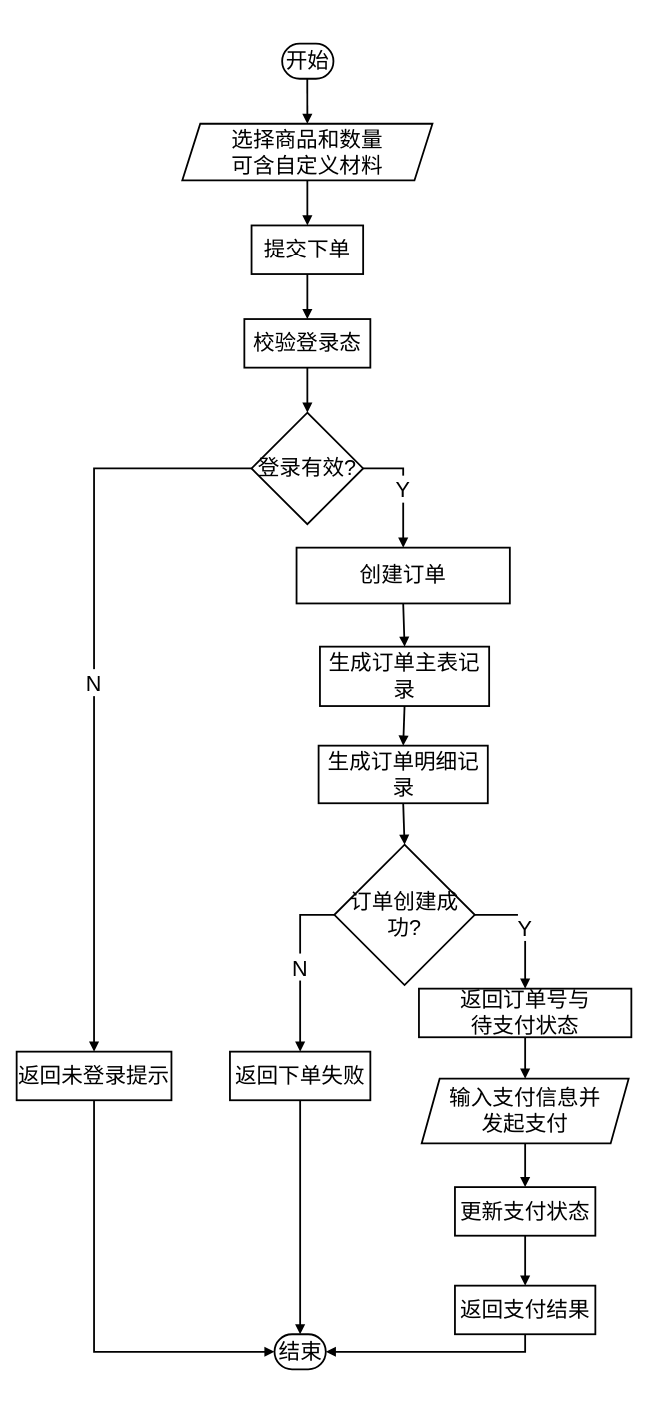
Before: 购买商品功能流程图.drawio in LichCarlos/darwIo, a draw.io diagram. Source tidied: cells renumbered, new cells numbered last; positions are measured from the earlier drawing's top-left corner, leaving out a move shared by most shapes. Both pictures are drawn from the tidied source at 90%, with x=0, y=0 at pixel (16, -486).
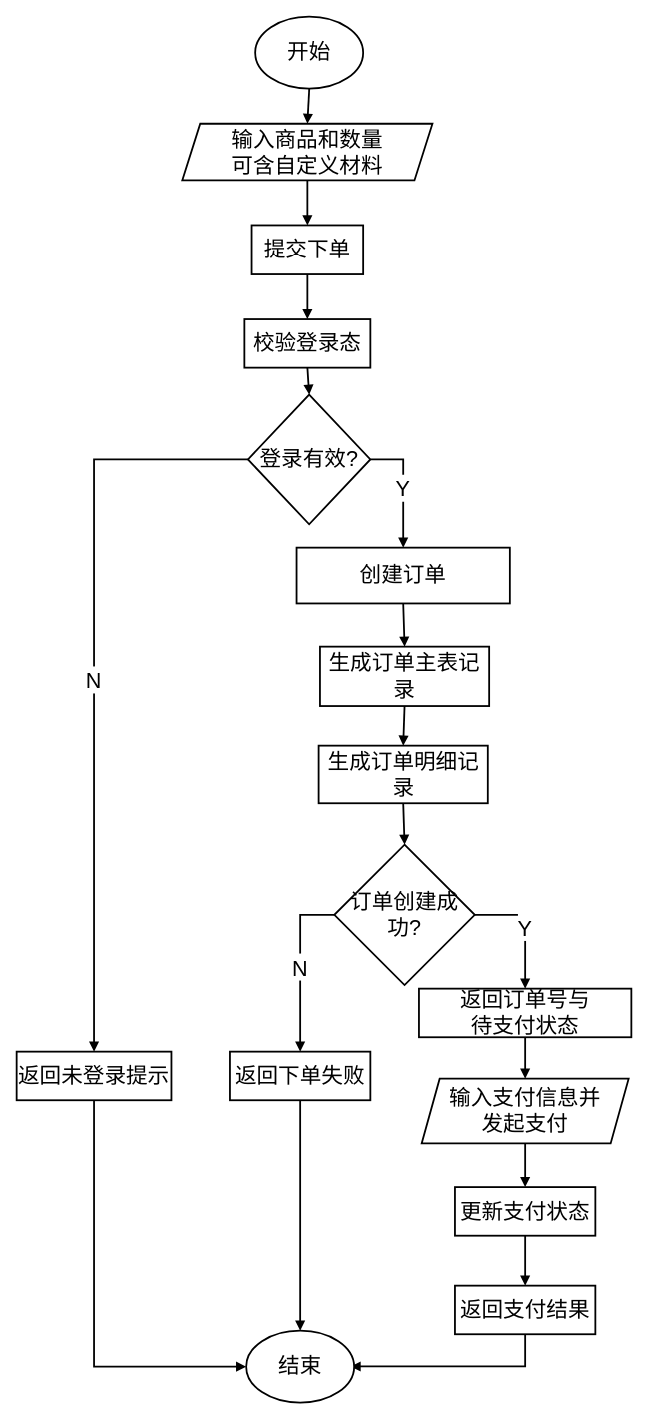
After the change.

Commit message:
更新购买商品功能流程图.drawio

Unchanged cells that the change refers to:
```xml
<mxCell id="15" value="返回下单失败" style="whiteSpace=wrap;strokeWidth=2;fontSize=24;" parent="1" vertex="1">
  <mxGeometry x="237" y="1708" width="156" height="54" as="geometry" />
</mxCell>
<mxCell id="19" value="返回支付结果" style="whiteSpace=wrap;strokeWidth=2;fontSize=24;" parent="1" vertex="1">
  <mxGeometry x="487" y="1968" width="156" height="54" as="geometry" />
</mxCell>
```

Change to the diagram source:
```diff
@@
-    <mxCell id="5" value="开始" style="rounded=1;whiteSpace=wrap;arcSize=50;strokeWidth=2;fontSize=24;" parent="1" vertex="1">
-      <mxGeometry x="295" y="588" width="57" height="39" as="geometry" />
-    </mxCell>
-    <mxCell id="6" value="选择商品和数量&#10;可含自定义材料" style="shape=parallelogram;perimeter=parallelogramPerimeter;fixedSize=1;strokeWidth=2;whiteSpace=wrap;fontSize=24;" parent="1" vertex="1">
+    <mxCell id="6" value="输入商品和数量&#10;可含自定义材料" style="shape=parallelogram;perimeter=parallelogramPerimeter;fixedSize=1;strokeWidth=2;whiteSpace=wrap;fontSize=24;" parent="1" vertex="1">
       <mxGeometry x="184" y="677" width="278" height="63" as="geometry" />
     </mxCell>
@@
     <mxCell id="9" value="登录有效?" style="rhombus;strokeWidth=2;whiteSpace=wrap;fontSize=24;" parent="1" vertex="1">
-      <mxGeometry x="261" y="998" width="124" height="124" as="geometry" />
+      <mxGeometry x="257" y="978" width="136" height="144" as="geometry" />
     </mxCell>
@@
-    <mxCell id="20" value="结束" style="rounded=1;whiteSpace=wrap;arcSize=50;strokeWidth=2;fontSize=24;" parent="1" vertex="1">
-      <mxGeometry x="286.5" y="2022" width="57" height="39" as="geometry" />
-    </mxCell>
-    <mxCell id="21" style="curved=1;startArrow=none;endArrow=block;strokeWidth=2;exitX=0.49;exitY=1;entryX=0.5;entryY=0;rounded=0;fontSize=24;" parent="1" edge="1" source="5" target="6">
-      <mxGeometry relative="1" as="geometry" />
+    <mxCell id="21" style="curved=1;startArrow=none;endArrow=block;strokeWidth=2;exitX=0.49;exitY=1;entryX=0.5;entryY=0;rounded=0;fontSize=24;" parent="1" edge="1" target="6">
+      <mxGeometry relative="1" as="geometry">
+        <mxPoint x="325.7" y="627" as="sourcePoint" />
+      </mxGeometry>
     </mxCell>
@@
-    <mxCell id="32" style="startArrow=none;endArrow=block;strokeWidth=2;exitX=0.5;exitY=1;entryX=0.5;entryY=0;rounded=0;fontSize=24;entryDx=0;entryDy=0;" parent="1" edge="1" source="15" target="20">
-      <mxGeometry relative="1" as="geometry" />
+    <mxCell id="32" style="startArrow=none;endArrow=block;strokeWidth=2;exitX=0.5;exitY=1;entryX=0.5;entryY=0;rounded=0;fontSize=24;entryDx=0;entryDy=0;" parent="1" edge="1" source="20">
+      <mxGeometry relative="1" as="geometry">
+        <mxPoint x="315" y="2022" as="targetPoint" />
+      </mxGeometry>
     </mxCell>
@@
-    <mxCell id="37" style="startArrow=none;endArrow=block;strokeWidth=2;exitX=0.5;exitY=1;entryX=1;entryY=0.5;rounded=0;fontSize=24;entryDx=0;entryDy=0;edgeStyle=orthogonalEdgeStyle;" parent="1" edge="1" source="19" target="20">
-      <mxGeometry relative="1" as="geometry" />
+    <mxCell id="37" style="startArrow=none;endArrow=block;strokeWidth=2;exitX=0.5;exitY=1;rounded=0;fontSize=24;edgeStyle=orthogonalEdgeStyle;exitDx=0;exitDy=0;entryX=0.967;entryY=0.497;entryDx=0;entryDy=0;entryPerimeter=0;" parent="1" edge="1" source="19" target="20">
+      <mxGeometry relative="1" as="geometry">
+        <Array as="points">
+          <mxPoint x="565" y="2058" />
+        </Array>
+      </mxGeometry>
     </mxCell>
+    <mxCell id="5" value="开始" style="ellipse;whiteSpace=wrap;html=1;strokeWidth=2;fontSize=24;" parent="1" vertex="1">
+      <mxGeometry x="265" y="558" width="120" height="80" as="geometry" />
+    </mxCell>
+    <mxCell id="38" style="startArrow=none;endArrow=block;strokeWidth=2;exitX=0.5;exitY=1;entryX=0.5;entryY=0;rounded=0;fontSize=24;entryDx=0;entryDy=0;" parent="1" edge="1" source="15" target="20">
+      <mxGeometry relative="1" as="geometry" />
+    </mxCell>
+    <mxCell id="20" value="结束" style="ellipse;whiteSpace=wrap;html=1;strokeWidth=2;fontSize=24;" parent="1" vertex="1">
+      <mxGeometry x="255" y="2018" width="120" height="80" as="geometry" />
+    </mxCell>
```
